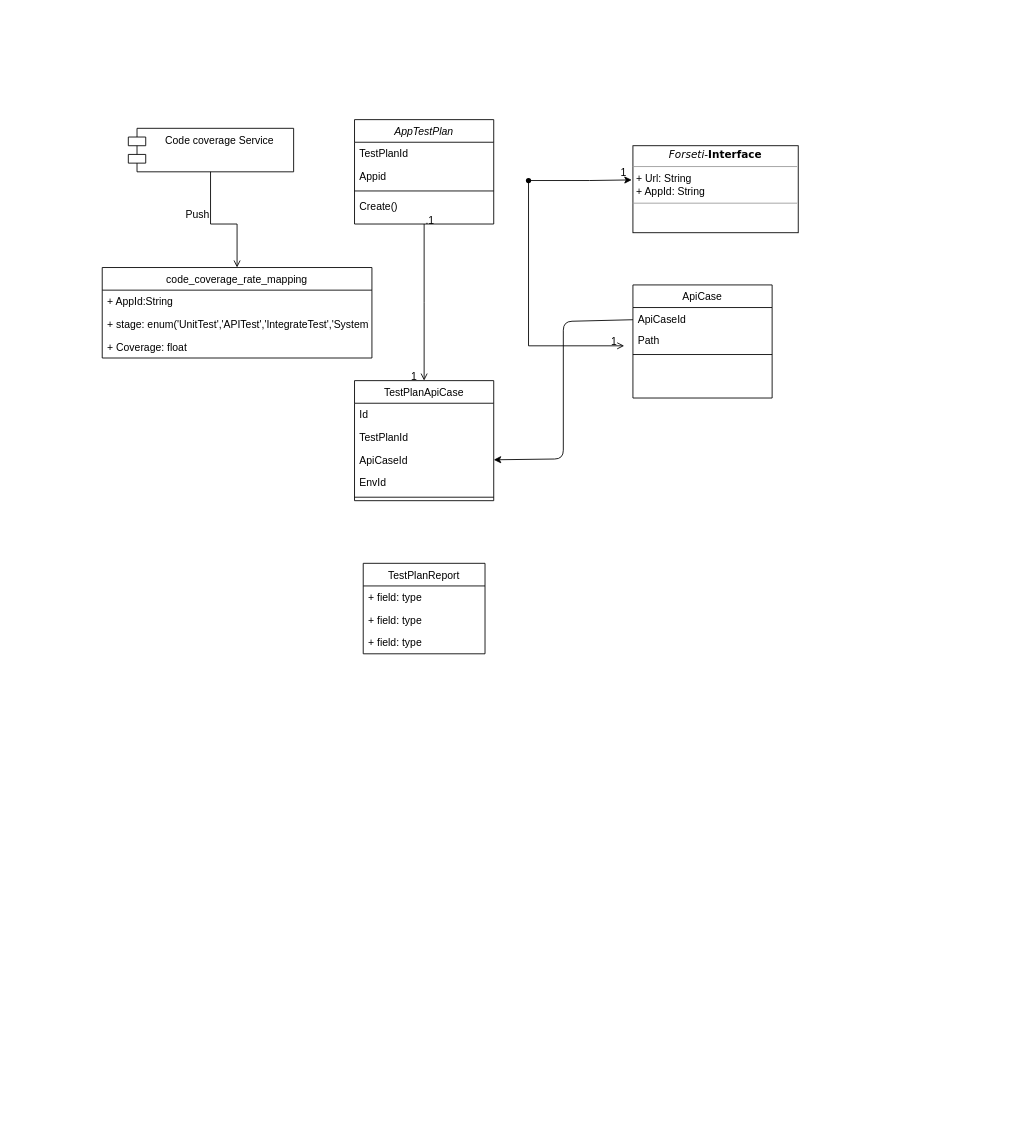
Earlier version of the draw.io diagram Untitled Diagram.drawio (davidwangxiaolei/metersphere). Source tidied: cells renumbered, new cells numbered last; positions are measured from the earlier drawing's top-left corner, leaving out a move shared by most shapes. Both pictures are drawn from the tidied source at 87%, with x=0, y=0 at pixel (102, 119).
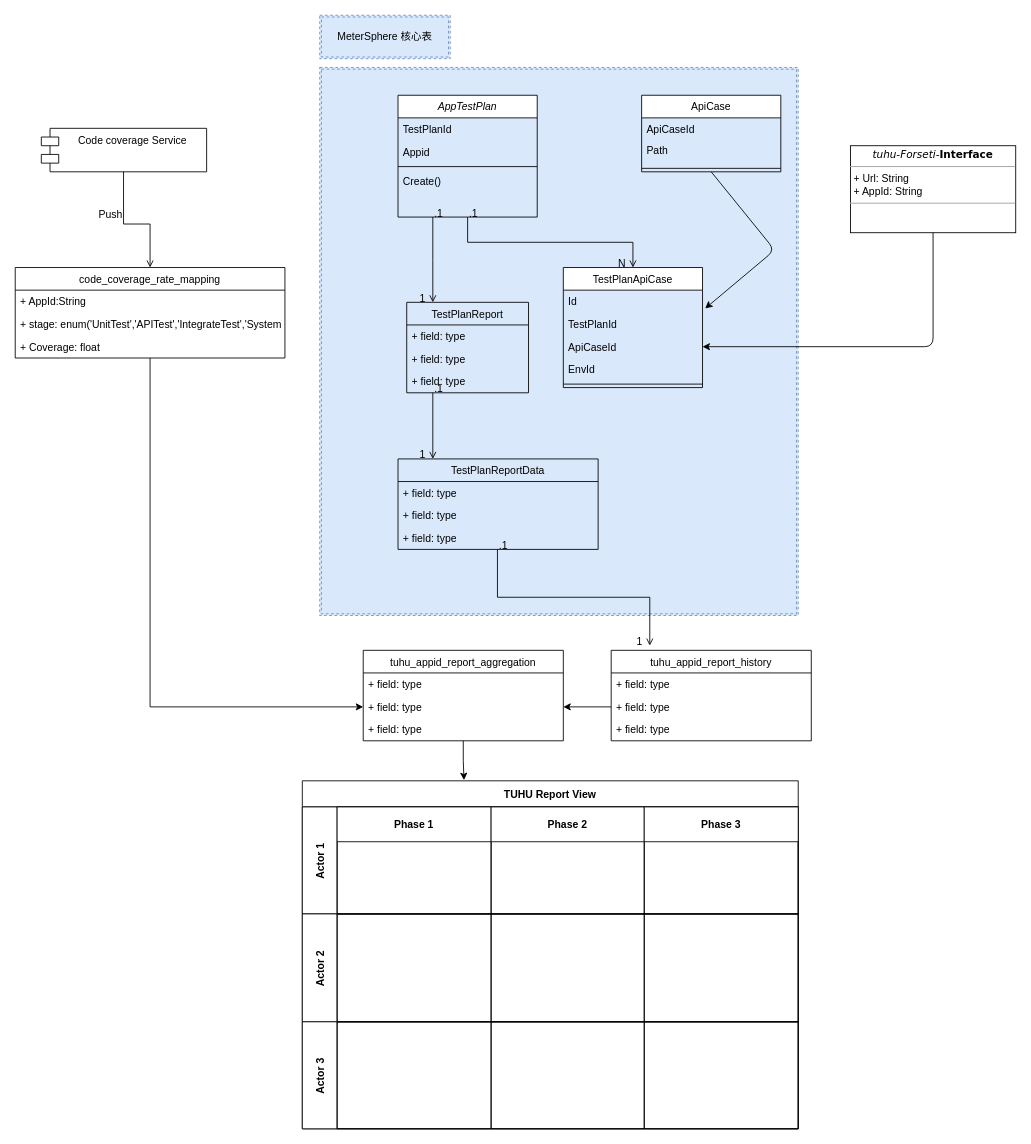
The same diagram, later.

The change refers to these unchanged cells:
```xml
<mxCell id="9" value="TestPlanId" style="text;align=left;verticalAlign=top;spacingLeft=4;spacingRight=4;overflow=hidden;points=[[0,0.5],[1,0.5]];portConstraint=eastwest;rounded=0;shadow=0;html=0;" parent="7" vertex="1">
  <mxGeometry y="52" width="160" height="26" as="geometry" />
</mxCell>
<mxCell id="10" value="ApiCaseId" style="text;align=left;verticalAlign=top;spacingLeft=4;spacingRight=4;overflow=hidden;points=[[0,0.5],[1,0.5]];portConstraint=eastwest;rounded=0;shadow=0;html=0;" parent="7" vertex="1">
  <mxGeometry y="78" width="160" height="26" as="geometry" />
</mxCell>
<mxCell id="13" style="endArrow=open;shadow=0;strokeWidth=1;rounded=0;endFill=1;edgeStyle=elbowEdgeStyle;elbow=vertical;" parent="1" edge="1" source="2" target="7">
  <mxGeometry x="0.5" y="41" relative="1" as="geometry">
    <mxPoint x="-40" y="32" as="offset" />
  </mxGeometry>
</mxCell>
<mxCell id="18" value="ApiCaseId" style="text;align=left;verticalAlign=top;spacingLeft=4;spacingRight=4;overflow=hidden;points=[[0,0.5],[1,0.5]];portConstraint=eastwest;" parent="17" vertex="1">
  <mxGeometry y="26" width="160" height="24" as="geometry" />
</mxCell>
```

Change to the diagram source:
```diff
@@
+    <mxCell id="39" style="shape=ext;double=1;rounded=0;whiteSpace=wrap;html=1;dashed=1;fillColor=#dae8fc;strokeColor=#6c8ebf;" parent="1" vertex="1">
+      <mxGeometry x="250" y="-60" width="550" height="630" as="geometry" />
+    </mxCell>
     <mxCell id="2" value="AppTestPlan" style="swimlane;fontStyle=2;align=center;verticalAlign=top;horizontal=1;startSize=26;rounded=0;shadow=0;strokeWidth=1;" parent="1" vertex="1">
-      <mxGeometry x="290" width="160" height="120" as="geometry" />
+      <mxGeometry x="340" y="-28" width="160" height="140" as="geometry" />
     </mxCell>
@@
     <mxCell id="7" value="TestPlanApiCase" style="swimlane;fontStyle=0;align=center;verticalAlign=top;horizontal=1;startSize=26;rounded=0;shadow=0;strokeWidth=1;" parent="1" vertex="1">
-      <mxGeometry x="290" y="300" width="160" height="138" as="geometry" />
+      <mxGeometry x="530" y="170" width="160" height="138" as="geometry" />
     </mxCell>
@@
-    <mxCell id="15" value="1" style="align=right;verticalAlign=bottom;labelBackgroundColor=none;fontSize=12;" parent="13" vertex="1">
+    <mxCell id="15" value="N" style="align=right;verticalAlign=bottom;labelBackgroundColor=none;fontSize=12;" parent="13" vertex="1">
       <mxGeometry x="1" relative="1" as="geometry">
         <mxPoint x="-7" y="4" as="offset" />
       </mxGeometry>
     </mxCell>
-    <mxCell id="16" value="&lt;p style=&quot;margin: 0px ; margin-top: 4px ; text-align: center&quot;&gt;&lt;font face=&quot;Verdana&quot;&gt;&lt;i&gt;Forseti-&lt;/i&gt;&lt;b&gt;Interface&lt;/b&gt;&lt;/font&gt;&lt;/p&gt;&lt;hr size=&quot;1&quot;&gt;&lt;p style=&quot;margin: 0px ; margin-left: 4px&quot;&gt;+ Url: String&lt;br&gt;+ AppId: String&lt;/p&gt;&lt;hr size=&quot;1&quot;&gt;&lt;p style=&quot;margin: 0px ; margin-left: 4px&quot;&gt;&lt;br&gt;&lt;/p&gt;" style="verticalAlign=top;align=left;overflow=fill;fontSize=12;fontFamily=Helvetica;html=1;" parent="1" vertex="1">
-      <mxGeometry x="610" y="30" width="190" height="100" as="geometry" />
+    <mxCell id="16" value="&lt;p style=&quot;margin: 0px ; margin-top: 4px ; text-align: center&quot;&gt;&lt;font face=&quot;Verdana&quot;&gt;&lt;i&gt;tuhu-Forseti-&lt;/i&gt;&lt;b&gt;Interface&lt;/b&gt;&lt;/font&gt;&lt;/p&gt;&lt;hr size=&quot;1&quot;&gt;&lt;p style=&quot;margin: 0px ; margin-left: 4px&quot;&gt;+ Url: String&lt;br&gt;+ AppId: String&lt;/p&gt;&lt;hr size=&quot;1&quot;&gt;&lt;p style=&quot;margin: 0px ; margin-left: 4px&quot;&gt;&lt;br&gt;&lt;/p&gt;" style="verticalAlign=top;align=left;overflow=fill;fontSize=12;fontFamily=Helvetica;html=1;" parent="1" vertex="1">
+      <mxGeometry x="860" y="30" width="190" height="100" as="geometry" />
     </mxCell>
     <mxCell id="17" value="ApiCase" style="swimlane;fontStyle=0;align=center;verticalAlign=top;horizontal=1;startSize=26;rounded=0;shadow=0;strokeWidth=1;" parent="1" vertex="1">
-      <mxGeometry x="610" y="190" width="160" height="130" as="geometry" />
+      <mxGeometry x="620" y="-28" width="160" height="88" as="geometry" />
     </mxCell>
@@
     <mxCell id="19" value="Path" style="text;align=left;verticalAlign=top;spacingLeft=4;spacingRight=4;overflow=hidden;rounded=0;shadow=0;html=0;" parent="17" vertex="1">
-      <mxGeometry y="50" width="160" height="26" as="geometry" />
+      <mxGeometry y="50" width="160" height="30" as="geometry" />
     </mxCell>
     <mxCell id="20" style="line;html=1;strokeWidth=1;align=left;verticalAlign=middle;spacingTop=-1;spacingLeft=3;spacingRight=3;labelPosition=right;" parent="17" vertex="1">
-      <mxGeometry y="76" width="160" height="8" as="geometry" />
+      <mxGeometry y="80" width="160" height="8" as="geometry" />
     </mxCell>
-    <mxCell id="21" style="endArrow=open;shadow=0;strokeWidth=1;rounded=0;endFill=1;edgeStyle=elbowEdgeStyle;elbow=vertical;" parent="1" edge="1">
-      <mxGeometry x="0.5" y="41" relative="1" as="geometry">
-        <mxPoint x="490" y="70" as="sourcePoint" />
-        <mxPoint x="600" y="260" as="targetPoint" />
-        <Array as="points">
-          <mxPoint x="550" y="260" />
-        </Array>
-        <mxPoint x="-40" y="32" as="offset" />
-      </mxGeometry>
-    </mxCell>
-    <mxCell id="22" value="1" style="align=right;verticalAlign=bottom;labelBackgroundColor=none;fontSize=12;" parent="21" vertex="1">
-      <mxGeometry x="1" relative="1" as="geometry">
-        <mxPoint x="-7" y="4" as="offset" />
-      </mxGeometry>
-    </mxCell>
-    <mxCell id="23" style="edgeStyle=orthogonalEdgeStyle;rounded=0;jettySize=auto;html=1;entryX=-0.007;entryY=0.393;entryDx=0;entryDy=0;entryPerimeter=0;" parent="1" edge="1" source="24" target="16">
-      <mxGeometry relative="1" as="geometry" />
-    </mxCell>
-    <mxCell id="24" style="shape=waypoint;sketch=0;size=6;points=[];fillColor=none;perimeter=centerPerimeter;snapToPoint=1;" parent="1" vertex="1">
-      <mxGeometry x="470" y="50" width="40" height="40" as="geometry" />
-    </mxCell>
-    <mxCell id="25" value="1" style="align=right;verticalAlign=bottom;labelBackgroundColor=none;fontSize=12;" parent="1" vertex="1">
-      <mxGeometry x="603" y="244" as="geometry">
-        <mxPoint x="1" y="-175" as="offset" />
-      </mxGeometry>
-    </mxCell>
     <mxCell id="26" value="Code coverage Service" style="shape=module;align=left;spacingLeft=20;align=center;verticalAlign=top;" parent="1" vertex="1">
-      <mxGeometry x="30" y="10" width="190" height="50" as="geometry" />
+      <mxGeometry x="-70" y="10" width="190" height="50" as="geometry" />
     </mxCell>
+    <mxCell id="40" style="edgeStyle=orthogonalEdgeStyle;rounded=0;jettySize=auto;html=1;entryX=0;entryY=0.5;entryDx=0;entryDy=0;" parent="1" edge="1" source="27" target="76">
+      <mxGeometry relative="1" as="geometry">
+        <Array as="points">
+          <mxPoint x="55" y="675" />
+        </Array>
+      </mxGeometry>
+    </mxCell>
     <mxCell id="27" value="code_coverage_rate_mapping" style="swimlane;fontStyle=0;horizontal=1;startSize=26;fillColor=none;" parent="1" vertex="1">
-      <mxGeometry y="170" width="310" height="104" as="geometry" />
+      <mxGeometry x="-100" y="170" width="310" height="104" as="geometry" />
     </mxCell>
@@
     <mxCell id="31" style="endArrow=open;shadow=0;strokeWidth=1;rounded=0;endFill=1;edgeStyle=elbowEdgeStyle;elbow=vertical;entryX=0.5;entryY=0;entryDx=0;entryDy=0;" parent="1" edge="1" target="27">
       <mxGeometry x="0.5" y="41" relative="1" as="geometry">
-        <mxPoint x="124.5" y="60" as="sourcePoint" />
+        <mxPoint x="24.5" y="60" as="sourcePoint" />
         <Array as="points">
-          <mxPoint x="124.5" y="120" />
+          <mxPoint x="24.5" y="120" />
         </Array>
         <mxPoint x="-40" y="32" as="offset" />
       </mxGeometry>
     </mxCell>
@@
     <mxCell id="33" value="Push" style="text;html=1;strokeColor=none;fillColor=none;align=center;verticalAlign=middle;whiteSpace=wrap;rounded=0;" parent="1" vertex="1">
-      <mxGeometry x="90" y="100" width="40" height="20" as="geometry" />
+      <mxGeometry x="-10" y="100" width="40" height="20" as="geometry" />
     </mxCell>
     <mxCell id="34" value="TestPlanReport" style="swimlane;fontStyle=0;horizontal=1;startSize=26;fillColor=none;" parent="1" vertex="1">
-      <mxGeometry x="300" y="510" width="140" height="104" as="geometry" />
+      <mxGeometry x="350" y="210" width="140" height="104" as="geometry" />
     </mxCell>
@@
-    <mxCell id="38" style="endArrow=classic;html=1;entryX=1;entryY=0.5;entryDx=0;entryDy=0;" parent="1" edge="1" source="18" target="10">
+    <mxCell id="38" style="endArrow=classic;html=1;entryX=1;entryY=0.5;entryDx=0;entryDy=0;exitX=0.5;exitY=1;exitDx=0;exitDy=0;" parent="1" edge="1" source="16" target="10">
       <mxGeometry relative="1" as="geometry">
         <Array as="points">
-          <mxPoint x="530" y="232" />
-          <mxPoint x="530" y="390" />
+          <mxPoint x="955" y="261" />
         </Array>
       </mxGeometry>
     </mxCell>
+    <mxCell id="41" value="TestPlanReportData" style="swimlane;fontStyle=0;horizontal=1;startSize=26;fillColor=none;" parent="1" vertex="1">
+      <mxGeometry x="340" y="390" width="230" height="104" as="geometry" />
+    </mxCell>
+    <mxCell id="42" value="+ field: type" style="text;strokeColor=none;fillColor=none;align=left;verticalAlign=top;spacingLeft=4;spacingRight=4;overflow=hidden;" parent="41" vertex="1">
+      <mxGeometry y="26" width="230" height="26" as="geometry" />
+    </mxCell>
+    <mxCell id="43" value="+ field: type" style="text;strokeColor=none;fillColor=none;align=left;verticalAlign=top;spacingLeft=4;spacingRight=4;overflow=hidden;" parent="41" vertex="1">
+      <mxGeometry y="52" width="230" height="26" as="geometry" />
+    </mxCell>
+    <mxCell id="44" value="+ field: type" style="text;strokeColor=none;fillColor=none;align=left;verticalAlign=top;spacingLeft=4;spacingRight=4;overflow=hidden;" parent="41" vertex="1">
+      <mxGeometry y="78" width="230" height="26" as="geometry" />
+    </mxCell>
+    <mxCell id="45" value="tuhu_appid_report_history" style="swimlane;fontStyle=0;horizontal=1;startSize=26;fillColor=none;" parent="1" vertex="1">
+      <mxGeometry x="585" y="610" width="230" height="104" as="geometry" />
+    </mxCell>
+    <mxCell id="46" value="+ field: type" style="text;strokeColor=none;fillColor=none;align=left;verticalAlign=top;spacingLeft=4;spacingRight=4;overflow=hidden;" parent="45" vertex="1">
+      <mxGeometry y="26" width="230" height="26" as="geometry" />
+    </mxCell>
+    <mxCell id="47" value="+ field: type" style="text;strokeColor=none;fillColor=none;align=left;verticalAlign=top;spacingLeft=4;spacingRight=4;overflow=hidden;points=[[0,0.5],[1,0.5]];portConstraint=eastwest;" parent="45" vertex="1">
+      <mxGeometry y="52" width="230" height="26" as="geometry" />
+    </mxCell>
+    <mxCell id="48" value="+ field: type" style="text;strokeColor=none;fillColor=none;align=left;verticalAlign=top;spacingLeft=4;spacingRight=4;overflow=hidden;" parent="45" vertex="1">
+      <mxGeometry y="78" width="230" height="26" as="geometry" />
+    </mxCell>
+    <mxCell id="49" value="TUHU Report View" style="shape=table;childLayout=tableLayout;rowLines=0;columnLines=0;startSize=30;fontStyle=1;align=center;" parent="1" vertex="1">
+      <mxGeometry x="230" y="760" width="570" height="400" as="geometry" />
+    </mxCell>
+    <mxCell id="50" value="Actor 1" style="swimlane;horizontal=0;startSize=40;fontStyle=1;" parent="49" vertex="1">
+      <mxGeometry y="30" width="570" height="123" as="geometry" />
+    </mxCell>
+    <mxCell id="51" value="Phase 1" style="swimlane;startSize=40;" parent="50" vertex="1">
+      <mxGeometry x="40" width="177" height="123" as="geometry" />
+    </mxCell>
+    <mxCell id="52" value="Phase 2" style="swimlane;startSize=40;" parent="50" vertex="1">
+      <mxGeometry x="217" width="176" height="123" as="geometry" />
+    </mxCell>
+    <mxCell id="53" value="Phase 3" style="swimlane;startSize=40;" parent="50" vertex="1">
+      <mxGeometry x="393" width="177" height="123" as="geometry" />
+    </mxCell>
+    <mxCell id="54" value="Actor 2" style="swimlane;horizontal=0;startSize=40;" parent="49" vertex="1">
+      <mxGeometry y="153" width="570" height="124" as="geometry" />
+    </mxCell>
+    <mxCell id="55" style="swimlane;startSize=0;" parent="54" vertex="1">
+      <mxGeometry x="40" width="177" height="124" as="geometry" />
+    </mxCell>
+    <mxCell id="56" style="swimlane;startSize=0;" parent="54" vertex="1">
+      <mxGeometry x="217" width="176" height="124" as="geometry" />
+    </mxCell>
+    <mxCell id="57" style="swimlane;startSize=0;" parent="54" vertex="1">
+      <mxGeometry x="393" width="177" height="124" as="geometry" />
+    </mxCell>
+    <mxCell id="58" value="Actor 3" style="swimlane;horizontal=0;startSize=40;" parent="49" vertex="1">
+      <mxGeometry y="277" width="570" height="123" as="geometry" />
+    </mxCell>
+    <mxCell id="59" style="swimlane;startSize=0;" parent="58" vertex="1">
+      <mxGeometry x="40" width="177" height="123" as="geometry" />
+    </mxCell>
+    <mxCell id="60" style="swimlane;startSize=0;" parent="58" vertex="1">
+      <mxGeometry x="217" width="176" height="123" as="geometry" />
+    </mxCell>
+    <mxCell id="61" style="swimlane;startSize=0;" parent="58" vertex="1">
+      <mxGeometry x="393" width="177" height="123" as="geometry" />
+    </mxCell>
+    <mxCell id="62" value="MeterSphere 核心表" style="shape=ext;double=1;rounded=0;whiteSpace=wrap;html=1;dashed=1;fillColor=#dae8fc;strokeColor=#6c8ebf;" parent="1" vertex="1">
+      <mxGeometry x="250" y="-120" width="150" height="50" as="geometry" />
+    </mxCell>
+    <mxCell id="63" style="endArrow=classic;html=1;exitX=0.5;exitY=1;exitDx=0;exitDy=0;entryX=1.019;entryY=-0.189;entryDx=0;entryDy=0;entryPerimeter=0;" parent="1" edge="1" source="17" target="9">
+      <mxGeometry relative="1" as="geometry">
+        <Array as="points">
+          <mxPoint x="773" y="150" />
+        </Array>
+      </mxGeometry>
+    </mxCell>
+    <mxCell id="64" style="endArrow=open;shadow=0;strokeWidth=1;rounded=0;endFill=1;edgeStyle=elbowEdgeStyle;elbow=vertical;exitX=0.25;exitY=1;exitDx=0;exitDy=0;" parent="1" edge="1" source="2">
+      <mxGeometry x="0.5" y="41" relative="1" as="geometry">
+        <mxPoint x="380" y="210" as="targetPoint" />
+        <mxPoint x="-40" y="32" as="offset" />
+      </mxGeometry>
+    </mxCell>
+    <mxCell id="65" value=".1" style="align=left;verticalAlign=bottom;labelBackgroundColor=none;fontSize=12;" parent="64" vertex="1">
+      <mxGeometry x="-1" relative="1" as="geometry">
+        <mxPoint y="4" as="offset" />
+      </mxGeometry>
+    </mxCell>
+    <mxCell id="66" value="1" style="align=right;verticalAlign=bottom;labelBackgroundColor=none;fontSize=12;" parent="64" vertex="1">
+      <mxGeometry x="1" relative="1" as="geometry">
+        <mxPoint x="-7" y="4" as="offset" />
+      </mxGeometry>
+    </mxCell>
+    <mxCell id="67" style="endArrow=open;shadow=0;strokeWidth=1;rounded=0;endFill=1;edgeStyle=elbowEdgeStyle;elbow=vertical;exitX=0.25;exitY=1;exitDx=0;exitDy=0;" parent="1" edge="1">
+      <mxGeometry x="0.5" y="41" relative="1" as="geometry">
+        <mxPoint x="380" y="314" as="sourcePoint" />
+        <mxPoint x="380" y="390" as="targetPoint" />
+        <mxPoint x="-40" y="32" as="offset" />
+      </mxGeometry>
+    </mxCell>
+    <mxCell id="68" value=".1" style="align=left;verticalAlign=bottom;labelBackgroundColor=none;fontSize=12;" parent="67" vertex="1">
+      <mxGeometry x="-1" relative="1" as="geometry">
+        <mxPoint y="4" as="offset" />
+      </mxGeometry>
+    </mxCell>
+    <mxCell id="69" value="1" style="align=right;verticalAlign=bottom;labelBackgroundColor=none;fontSize=12;" parent="67" vertex="1">
+      <mxGeometry x="1" relative="1" as="geometry">
+        <mxPoint x="-7" y="4" as="offset" />
+      </mxGeometry>
+    </mxCell>
+    <mxCell id="70" style="endArrow=open;shadow=0;strokeWidth=1;rounded=0;endFill=1;edgeStyle=elbowEdgeStyle;elbow=vertical;exitX=0.25;exitY=1;exitDx=0;exitDy=0;entryX=0.193;entryY=-0.052;entryDx=0;entryDy=0;entryPerimeter=0;" parent="1" edge="1" target="45">
+      <mxGeometry x="0.5" y="41" relative="1" as="geometry">
+        <mxPoint x="454.3" y="494" as="sourcePoint" />
+        <mxPoint x="-40" y="32" as="offset" />
+      </mxGeometry>
+    </mxCell>
+    <mxCell id="71" value=".1" style="align=left;verticalAlign=bottom;labelBackgroundColor=none;fontSize=12;" parent="70" vertex="1">
+      <mxGeometry x="-1" relative="1" as="geometry">
+        <mxPoint y="4" as="offset" />
+      </mxGeometry>
+    </mxCell>
+    <mxCell id="72" value="1" style="align=right;verticalAlign=bottom;labelBackgroundColor=none;fontSize=12;" parent="70" vertex="1">
+      <mxGeometry x="1" relative="1" as="geometry">
+        <mxPoint x="-7" y="4" as="offset" />
+      </mxGeometry>
+    </mxCell>
+    <mxCell id="73" style="edgeStyle=orthogonalEdgeStyle;rounded=0;jettySize=auto;html=1;entryX=0.326;entryY=-0.002;entryDx=0;entryDy=0;entryPerimeter=0;" parent="1" edge="1" source="74" target="49">
+      <mxGeometry relative="1" as="geometry" />
+    </mxCell>
+    <mxCell id="74" value="tuhu_appid_report_aggregation" style="swimlane;fontStyle=0;horizontal=1;startSize=26;fillColor=none;" parent="1" vertex="1">
+      <mxGeometry x="300" y="610" width="230" height="104" as="geometry" />
+    </mxCell>
+    <mxCell id="75" value="+ field: type" style="text;strokeColor=none;fillColor=none;align=left;verticalAlign=top;spacingLeft=4;spacingRight=4;overflow=hidden;" parent="74" vertex="1">
+      <mxGeometry y="26" width="230" height="26" as="geometry" />
+    </mxCell>
+    <mxCell id="76" value="+ field: type" style="text;strokeColor=none;fillColor=none;align=left;verticalAlign=top;spacingLeft=4;spacingRight=4;overflow=hidden;points=[[0,0.5],[1,0.5]];portConstraint=eastwest;" parent="74" vertex="1">
+      <mxGeometry y="52" width="230" height="26" as="geometry" />
+    </mxCell>
+    <mxCell id="77" value="+ field: type" style="text;strokeColor=none;fillColor=none;align=left;verticalAlign=top;spacingLeft=4;spacingRight=4;overflow=hidden;" parent="74" vertex="1">
+      <mxGeometry y="78" width="230" height="26" as="geometry" />
+    </mxCell>
+    <mxCell id="78" style="edgeStyle=orthogonalEdgeStyle;rounded=0;jettySize=auto;html=1;entryX=1;entryY=0.5;entryDx=0;entryDy=0;" parent="1" edge="1" source="47" target="76">
+      <mxGeometry relative="1" as="geometry" />
+    </mxCell>
```
